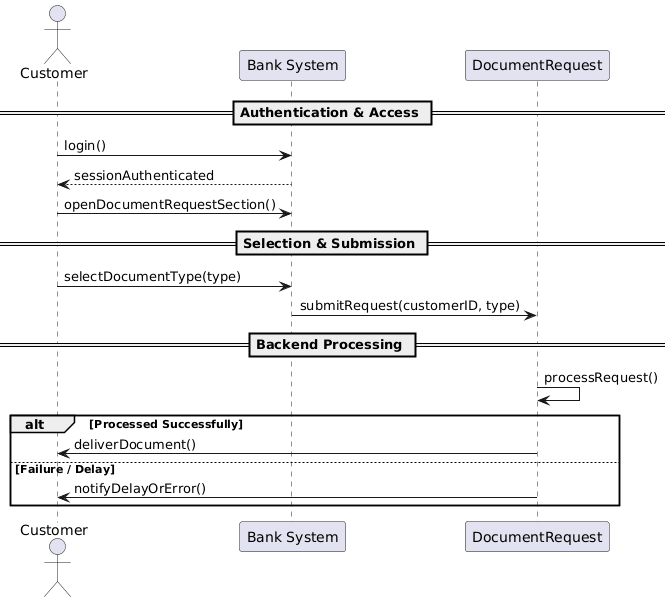
Earlier version of the PlantUML export Diagrams/Sequence Diagrams/SC_CS_04.png (erindkotobelli12/BankManagementSystem). Its diagram source:
```plantuml
@startuml
actor Customer
participant "Bank System" as System
participant "DocumentRequest" as DocReq

== Authentication & Access ==
Customer -> System : login()
System --> Customer : sessionAuthenticated
Customer -> System : openDocumentRequestSection()

== Selection & Submission ==
Customer -> System : selectDocumentType(type)
System -> DocReq : submitRequest(customerID, type)

== Backend Processing ==
DocReq -> DocReq : processRequest()

alt Processed Successfully
    DocReq -> Customer : deliverDocument()
else Failure / Delay
    DocReq -> Customer : notifyDelayOrError()
end
@enduml
```
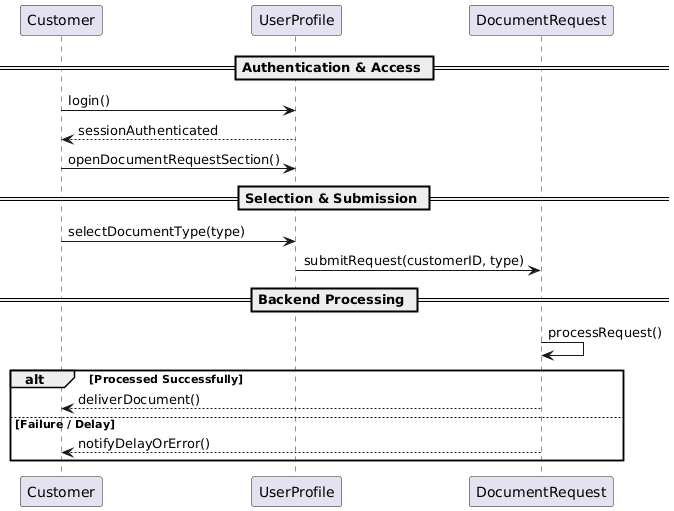
After the commit.

Diff of the diagram source:
```diff
@@ -1,23 +1,22 @@
 @startuml
-actor Customer
-participant "Bank System" as System
-participant "DocumentRequest" as DocReq
+participant Customer
+participant UserProfile
+participant DocumentRequest
 
 == Authentication & Access ==
-Customer -> System : login()
-System --> Customer : sessionAuthenticated
-Customer -> System : openDocumentRequestSection()
+Customer -> UserProfile : login()
+UserProfile --> Customer : sessionAuthenticated
+Customer -> UserProfile : openDocumentRequestSection()
 
 == Selection & Submission ==
-Customer -> System : selectDocumentType(type)
-System -> DocReq : submitRequest(customerID, type)
+Customer -> UserProfile : selectDocumentType(type)
+UserProfile -> DocumentRequest : submitRequest(customerID, type)
 
 == Backend Processing ==
-DocReq -> DocReq : processRequest()
-
+DocumentRequest -> DocumentRequest : processRequest()
 alt Processed Successfully
-    DocReq -> Customer : deliverDocument()
+    DocumentRequest --> Customer : deliverDocument()
 else Failure / Delay
-    DocReq -> Customer : notifyDelayOrError()
+    DocumentRequest --> Customer : notifyDelayOrError()
 end
 @enduml
```
